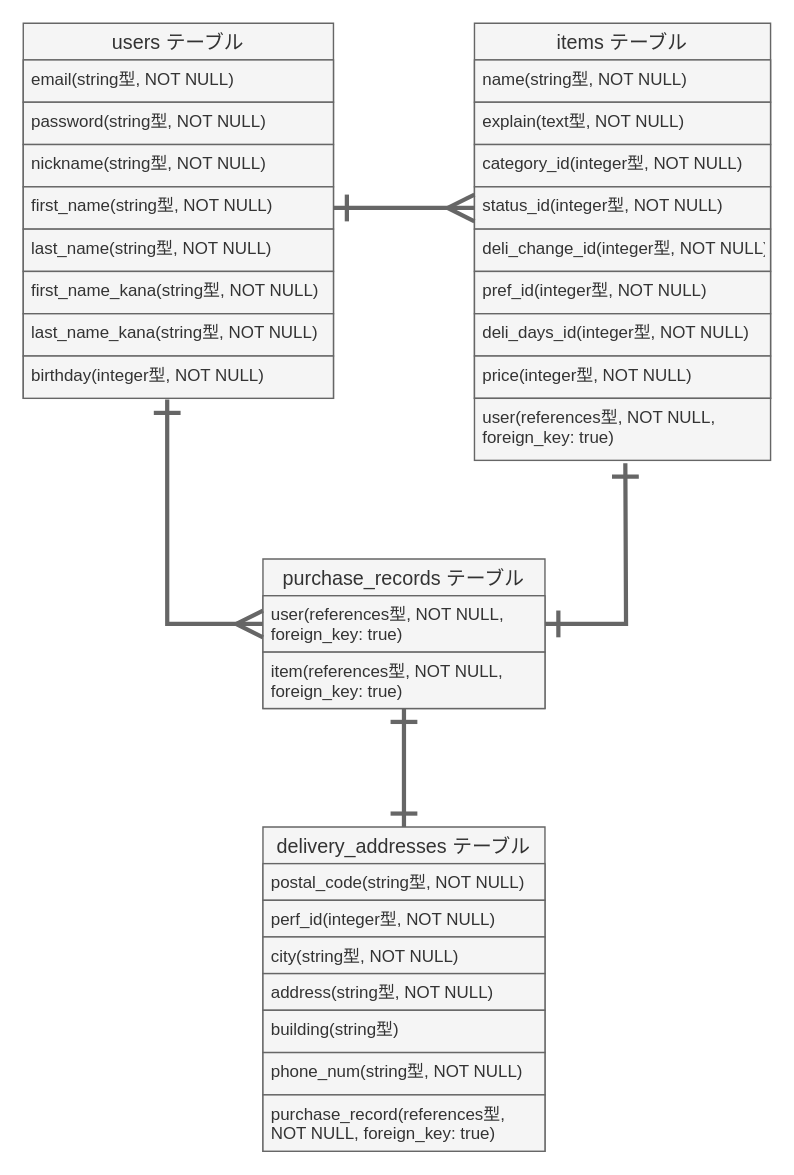
The draw.io diagram furima.dio in xiangma0531/furima-35533, before the edit. Source tidied: cells renumbered, new cells numbered last; positions are measured from the earlier drawing's top-left corner, leaving out a move shared by most shapes. Both pictures are drawn from the tidied source at 141%, with x=0, y=0 at pixel (23, 23).
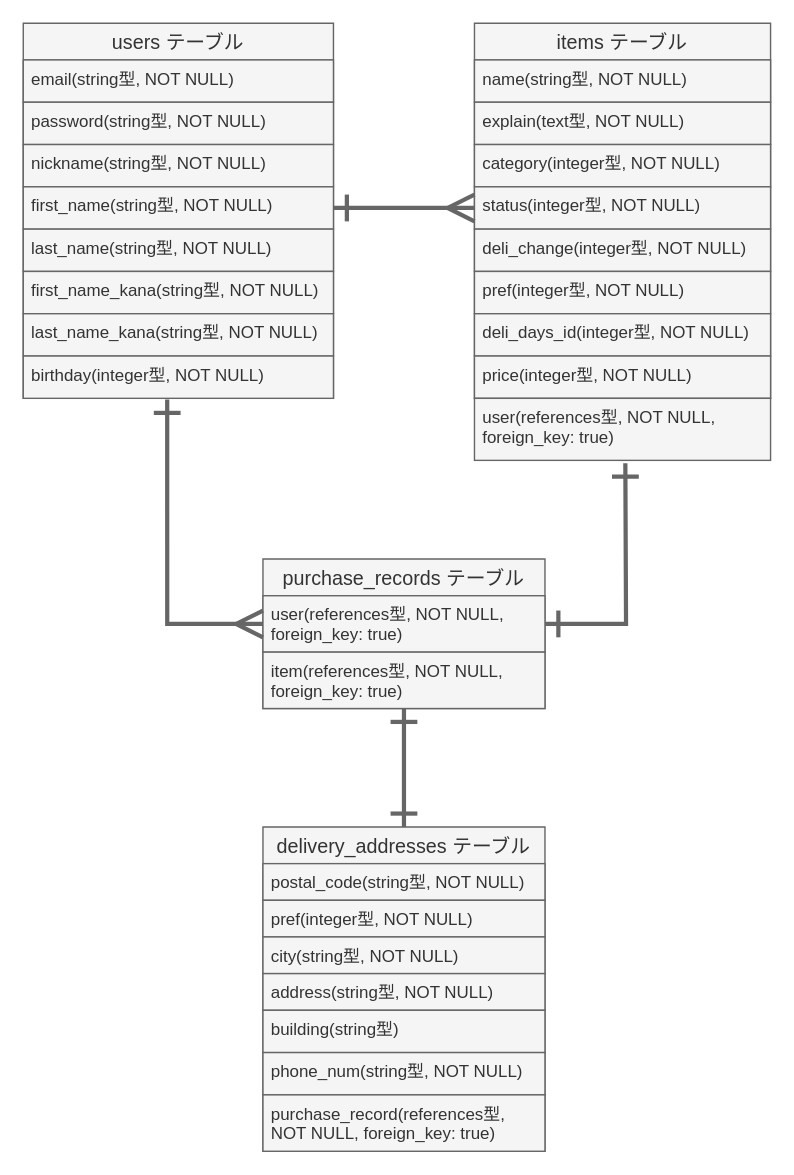
The same page after the edit.

Unchanged cells that the change refers to:
```xml
<mxCell id="11" value="items テーブル" style="swimlane;fontStyle=0;horizontal=1;startSize=26;align=center;fontSize=14;fillColor=#f5f5f5;strokeColor=#666666;fontColor=#333333;" parent="1" vertex="1">
  <mxGeometry x="320" width="210" height="266" as="geometry" />
</mxCell>
<mxCell id="27" value="delivery_addresses テーブル" style="swimlane;fontStyle=0;horizontal=1;startSize=26;align=center;fontSize=14;fillColor=#f5f5f5;strokeColor=#666666;fontColor=#333333;" parent="1" vertex="1">
  <mxGeometry x="170" y="570" width="200" height="230" as="geometry" />
</mxCell>
```

What changed in the source:
```diff
@@
-    <mxCell id="14" value="category_id(integer型, NOT NULL)" style="text;strokeColor=#666666;fillColor=#f5f5f5;spacingLeft=4;spacingRight=4;overflow=hidden;fontSize=12;fontColor=#333333;" parent="11" vertex="1">
+    <mxCell id="14" value="category(integer型, NOT NULL)" style="text;strokeColor=#666666;fillColor=#f5f5f5;spacingLeft=4;spacingRight=4;overflow=hidden;fontSize=12;fontColor=#333333;" parent="11" vertex="1">
       <mxGeometry y="86" width="210" height="30" as="geometry" />
     </mxCell>
-    <mxCell id="15" value="status_id(integer型, NOT NULL)" style="text;strokeColor=#666666;fillColor=#f5f5f5;spacingLeft=4;spacingRight=4;overflow=hidden;points=[[0,0.5],[1,0.5]];portConstraint=eastwest;fontSize=12;fontColor=#333333;" parent="11" vertex="1">
+    <mxCell id="15" value="status(integer型, NOT NULL)" style="text;strokeColor=#666666;fillColor=#f5f5f5;spacingLeft=4;spacingRight=4;overflow=hidden;points=[[0,0.5],[1,0.5]];portConstraint=eastwest;fontSize=12;fontColor=#333333;" parent="11" vertex="1">
       <mxGeometry y="116" width="210" height="30" as="geometry" />
     </mxCell>
-    <mxCell id="16" value="deli_change_id(integer型, NOT NULL)" style="text;strokeColor=#666666;fillColor=#f5f5f5;spacingLeft=4;spacingRight=4;overflow=hidden;fontSize=12;fontColor=#333333;" parent="11" vertex="1">
+    <mxCell id="16" value="deli_change(integer型, NOT NULL)" style="text;strokeColor=#666666;fillColor=#f5f5f5;spacingLeft=4;spacingRight=4;overflow=hidden;fontSize=12;fontColor=#333333;" parent="11" vertex="1">
       <mxGeometry y="146" width="210" height="30" as="geometry" />
     </mxCell>
-    <mxCell id="17" value="pref_id(integer型, NOT NULL)" style="text;strokeColor=#666666;fillColor=#f5f5f5;spacingLeft=4;spacingRight=4;overflow=hidden;fontSize=12;fontColor=#333333;" parent="11" vertex="1">
+    <mxCell id="17" value="pref(integer型, NOT NULL)" style="text;strokeColor=#666666;fillColor=#f5f5f5;spacingLeft=4;spacingRight=4;overflow=hidden;fontSize=12;fontColor=#333333;" parent="11" vertex="1">
       <mxGeometry y="176" width="210" height="30" as="geometry" />
     </mxCell>
@@
-    <mxCell id="29" value="perf_id(integer型, NOT NULL)" style="text;strokeColor=#666666;fillColor=#f5f5f5;spacingLeft=4;spacingRight=4;overflow=hidden;fontSize=12;fontColor=#333333;" parent="27" vertex="1">
+    <mxCell id="29" value="pref(integer型, NOT NULL)" style="text;strokeColor=#666666;fillColor=#f5f5f5;spacingLeft=4;spacingRight=4;overflow=hidden;fontSize=12;fontColor=#333333;" parent="27" vertex="1">
       <mxGeometry y="52" width="200" height="26" as="geometry" />
     </mxCell>
```
